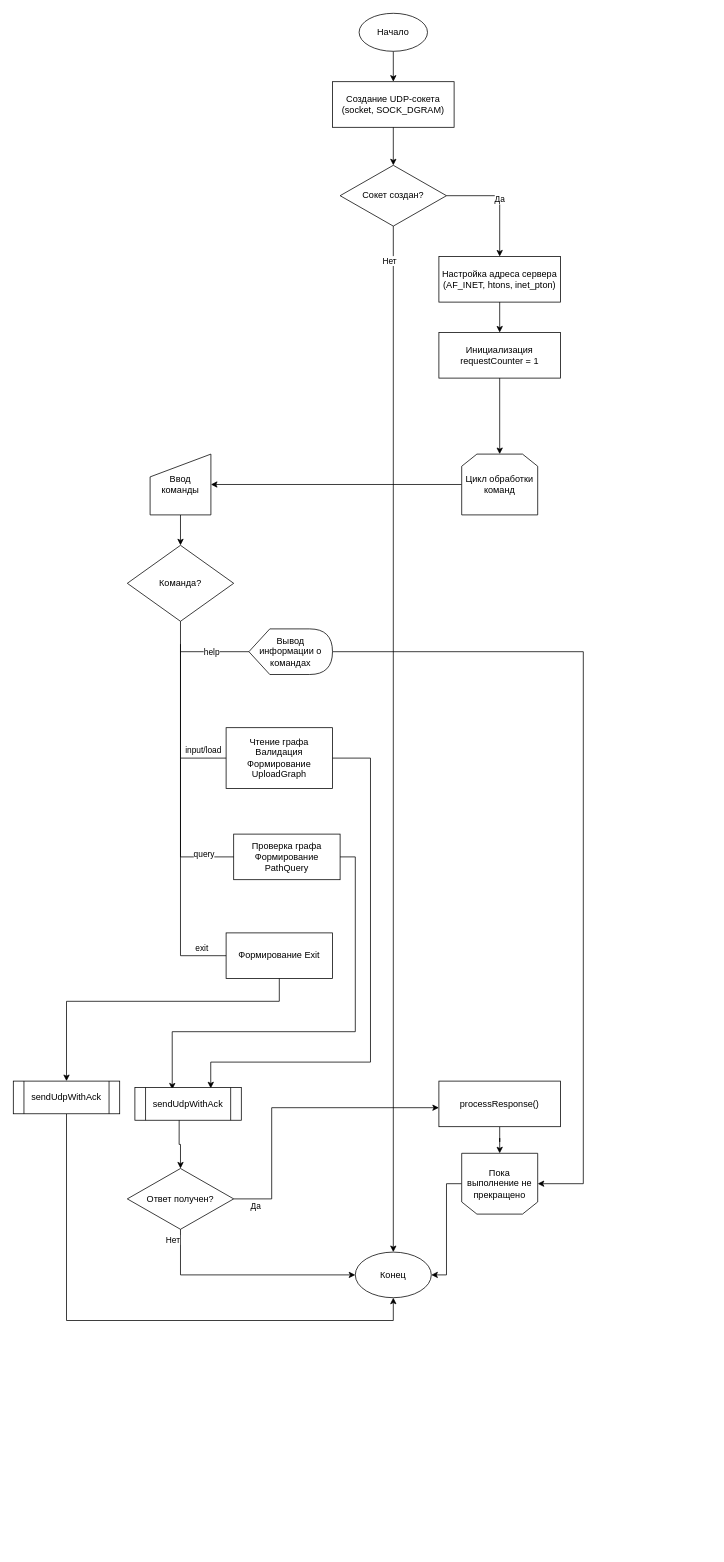
Above: page "UDP Клиент" (1 of 3) of udp_algorithm_diagram.drawio in OlegMityaev/client-sever (draw.io), before the change. Source tidied: cells renumbered, new cells numbered last; positions are measured from the earlier drawing's top-left corner, leaving out a move shared by most shapes. Both pictures are drawn from the tidied source at 76%, with x=0, y=0 at pixel (13, 13).
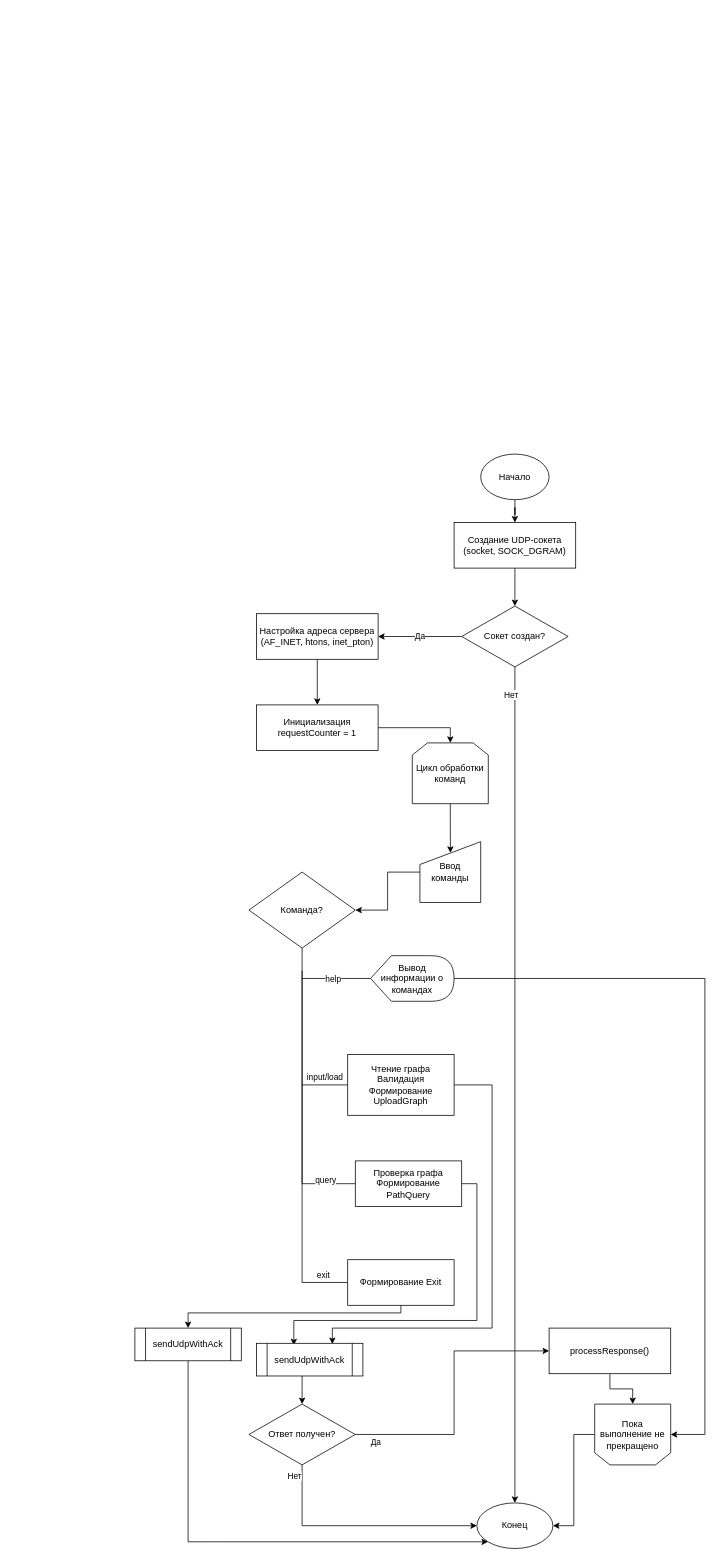
The same page after the edit.

The edit, as a diff of the source:
```diff
@@
     <mxCell id="2" value="Создание UDP-сокета&#10;(socket, SOCK_DGRAM)" style="rounded=0;whiteSpace=wrap;html=1;" parent="1" vertex="1">
-      <mxGeometry x="420" y="90" width="160" height="60" as="geometry" />
+      <mxGeometry x="580" y="670" width="160" height="60" as="geometry" />
     </mxCell>
     <mxCell id="3" value="Сокет создан?" style="rhombus;whiteSpace=wrap;html=1;" parent="1" vertex="1">
-      <mxGeometry x="430" y="200" width="140" height="80" as="geometry" />
+      <mxGeometry x="590" y="780" width="140" height="80" as="geometry" />
     </mxCell>
     <mxCell id="4" value="Настройка адреса сервера&#10;(AF_INET, htons, inet_pton)" style="rounded=0;whiteSpace=wrap;html=1;" parent="1" vertex="1">
-      <mxGeometry x="560" y="320" width="160" height="60" as="geometry" />
+      <mxGeometry x="320" y="790" width="160" height="60" as="geometry" />
     </mxCell>
     <mxCell id="5" value="Инициализация requestCounter = 1" style="rounded=0;whiteSpace=wrap;html=1;" parent="1" vertex="1">
-      <mxGeometry x="560" y="420" width="160" height="60" as="geometry" />
+      <mxGeometry x="320" y="910" width="160" height="60" as="geometry" />
     </mxCell>
     <mxCell id="6" value="Команда?" style="rhombus;whiteSpace=wrap;html=1;" parent="1" vertex="1">
-      <mxGeometry x="150" y="700" width="140" height="100" as="geometry" />
+      <mxGeometry x="310" y="1130" width="140" height="100" as="geometry" />
     </mxCell>
     <mxCell id="7" value="Чтение графа&#10;Валидация&#10;Формирование UploadGraph" style="rounded=0;whiteSpace=wrap;html=1;" parent="1" vertex="1">
-      <mxGeometry x="280" y="940" width="140" height="80" as="geometry" />
+      <mxGeometry x="440" y="1370" width="140" height="80" as="geometry" />
     </mxCell>
     <mxCell id="8" value="Проверка графа&#10;Формирование PathQuery" style="rounded=0;whiteSpace=wrap;html=1;" parent="1" vertex="1">
-      <mxGeometry x="290" y="1080" width="140" height="60" as="geometry" />
+      <mxGeometry x="450" y="1510" width="140" height="60" as="geometry" />
     </mxCell>
     <mxCell id="9" value="Формирование Exit" style="rounded=0;whiteSpace=wrap;html=1;" parent="1" vertex="1">
-      <mxGeometry x="280" y="1210" width="140" height="60" as="geometry" />
+      <mxGeometry x="440" y="1640" width="140" height="60" as="geometry" />
     </mxCell>
     <mxCell id="10" value="Ответ получен?" style="rhombus;whiteSpace=wrap;html=1;" parent="1" vertex="1">
-      <mxGeometry x="150" y="1520" width="140" height="80" as="geometry" />
+      <mxGeometry x="310" y="1830" width="140" height="80" as="geometry" />
     </mxCell>
@@
     <mxCell id="12" value="processResponse()" style="rounded=0;whiteSpace=wrap;html=1;" parent="1" vertex="1">
-      <mxGeometry x="560" y="1405" width="160" height="60" as="geometry" />
+      <mxGeometry x="705" y="1730" width="160" height="60" as="geometry" />
     </mxCell>
@@
-    <mxCell id="15" value="Да" style="edgeStyle=orthogonalEdgeStyle;rounded=0;jettySize=auto;html=1;" parent="1" edge="1" source="3" target="4">
+    <mxCell id="15" value="Да" style="edgeStyle=orthogonalEdgeStyle;rounded=0;jettySize=auto;html=1;exitX=0;exitY=0.5;exitDx=0;exitDy=0;entryX=1;entryY=0.5;entryDx=0;entryDy=0;" parent="1" edge="1" source="3" target="4">
       <mxGeometry relative="1" as="geometry">
         <Array as="points">
-          <mxPoint x="640" y="240" />
+          <mxPoint x="540" y="820" />
+          <mxPoint x="540" y="820" />
         </Array>
       </mxGeometry>
     </mxCell>
@@
-    <mxCell id="19" style="edgeStyle=orthogonalEdgeStyle;rounded=0;jettySize=auto;html=1;exitX=0;exitY=0.5;exitDx=0;exitDy=0;entryX=1;entryY=0.5;entryDx=0;entryDy=0;" parent="1" edge="1" source="36" target="38">
+    <mxCell id="19" style="edgeStyle=orthogonalEdgeStyle;rounded=0;jettySize=auto;html=1;exitX=0.5;exitY=1;exitDx=0;exitDy=0;entryX=0.502;entryY=0.183;entryDx=0;entryDy=0;entryPerimeter=0;" parent="1" edge="1" source="36" target="38">
       <mxGeometry relative="1" as="geometry" />
     </mxCell>
     <mxCell id="20" value="input/load" style="rounded=0;jettySize=auto;html=1;edgeStyle=orthogonalEdgeStyle;endArrow=none;endFill=0;exitX=0.5;exitY=1;exitDx=0;exitDy=0;entryX=0;entryY=0.5;entryDx=0;entryDy=0;" parent="1" edge="1" target="7">
       <mxGeometry x="0.71" y="10" relative="1" as="geometry">
-        <mxPoint x="220" y="830" as="sourcePoint" />
+        <mxPoint x="380" y="1260" as="sourcePoint" />
         <Array as="points">
-          <mxPoint x="220" y="980" />
+          <mxPoint x="380" y="1410" />
         </Array>
       </mxGeometry>
     </mxCell>
     <mxCell id="21" value="exit" style="edgeStyle=orthogonalEdgeStyle;rounded=0;jettySize=auto;html=1;endArrow=none;endFill=0;" parent="1" edge="1" source="6" target="9">
       <mxGeometry x="0.87" y="10" relative="1" as="geometry">
         <Array as="points">
-          <mxPoint x="220" y="1240" />
+          <mxPoint x="380" y="1670" />
         </Array>
       </mxGeometry>
     </mxCell>
     <mxCell id="22" style="edgeStyle=orthogonalEdgeStyle;rounded=0;jettySize=auto;html=1;exitX=1;exitY=0.5;exitDx=0;exitDy=0;exitPerimeter=0;entryX=0;entryY=0.5;entryDx=0;entryDy=0;" parent="1" edge="1" source="35" target="42">
       <mxGeometry relative="1" as="geometry">
         <Array as="points">
-          <mxPoint x="750" y="840" />
-          <mxPoint x="750" y="1540" />
+          <mxPoint x="910" y="1270" />
+          <mxPoint x="910" y="1870" />
         </Array>
       </mxGeometry>
     </mxCell>
     <mxCell id="23" style="edgeStyle=orthogonalEdgeStyle;rounded=0;jettySize=auto;html=1;exitX=1;exitY=0.5;exitDx=0;exitDy=0;entryX=0.713;entryY=0.023;entryDx=0;entryDy=0;entryPerimeter=0;" parent="1" edge="1" source="7" target="43">
       <mxGeometry relative="1" as="geometry">
         <Array as="points">
-          <mxPoint x="470" y="980" />
-          <mxPoint x="470" y="1380" />
-          <mxPoint x="260" y="1380" />
+          <mxPoint x="630" y="1410" />
+          <mxPoint x="630" y="1730" />
+          <mxPoint x="420" y="1730" />
         </Array>
       </mxGeometry>
     </mxCell>
     <mxCell id="24" style="edgeStyle=orthogonalEdgeStyle;rounded=0;jettySize=auto;html=1;entryX=0.351;entryY=0.059;entryDx=0;entryDy=0;entryPerimeter=0;" parent="1" edge="1" source="8" target="43">
       <mxGeometry relative="1" as="geometry">
         <Array as="points">
-          <mxPoint x="450" y="1110" />
-          <mxPoint x="450" y="1340" />
-          <mxPoint x="209" y="1340" />
+          <mxPoint x="610" y="1540" />
+          <mxPoint x="610" y="1720" />
+          <mxPoint x="369" y="1720" />
         </Array>
       </mxGeometry>
     </mxCell>
     <mxCell id="25" style="edgeStyle=orthogonalEdgeStyle;rounded=0;jettySize=auto;html=1;entryX=0.5;entryY=0;entryDx=0;entryDy=0;" parent="1" edge="1" source="9" target="44">
       <mxGeometry relative="1" as="geometry">
         <Array as="points">
-          <mxPoint x="350" y="1300" />
-          <mxPoint x="70" y="1300" />
+          <mxPoint x="510" y="1710" />
+          <mxPoint x="230" y="1710" />
         </Array>
       </mxGeometry>
     </mxCell>
     <mxCell id="26" style="edgeStyle=orthogonalEdgeStyle;rounded=0;jettySize=auto;html=1;exitX=0.416;exitY=0.978;exitDx=0;exitDy=0;exitPerimeter=0;" parent="1" edge="1" source="43" target="10">
-      <mxGeometry relative="1" as="geometry" />
+      <mxGeometry relative="1" as="geometry">
+        <Array as="points">
+          <mxPoint x="380" y="1792" />
+        </Array>
+      </mxGeometry>
     </mxCell>
     <mxCell id="27" value="Да" style="edgeStyle=orthogonalEdgeStyle;rounded=0;jettySize=auto;html=1;exitX=1;exitY=0.5;exitDx=0;exitDy=0;" parent="1" edge="1" source="10" target="12">
       <mxGeometry x="-0.85" y="-10" relative="1" as="geometry">
         <Array as="points">
-          <mxPoint x="340" y="1560" />
-          <mxPoint x="340" y="1440" />
+          <mxPoint x="580" y="1870" />
+          <mxPoint x="580" y="1760" />
         </Array>
       </mxGeometry>
     </mxCell>
     <mxCell id="28" value="Нет" style="edgeStyle=orthogonalEdgeStyle;rounded=0;jettySize=auto;html=1;entryX=0;entryY=0.5;entryDx=0;entryDy=0;" parent="1" edge="1" source="10" target="40">
       <mxGeometry x="-0.9" y="-10" relative="1" as="geometry">
         <Array as="points">
-          <mxPoint x="220" y="1660" />
+          <mxPoint x="380" y="1990" />
         </Array>
       </mxGeometry>
     </mxCell>
     <mxCell id="29" style="endArrow=none;html=1;rounded=0;exitX=0;exitY=0.5;exitDx=0;exitDy=0;exitPerimeter=0;" parent="1" edge="1" source="35">
       <mxGeometry relative="1" as="geometry">
-        <mxPoint x="220" y="840" as="targetPoint" />
+        <mxPoint x="380" y="1270" as="targetPoint" />
       </mxGeometry>
     </mxCell>
@@
     <mxCell id="31" style="endArrow=none;html=1;rounded=0;" parent="1" edge="1">
       <mxGeometry relative="1" as="geometry">
-        <mxPoint x="220" y="980" as="sourcePoint" />
-        <mxPoint x="220" y="1110" as="targetPoint" />
+        <mxPoint x="380" y="1410" as="sourcePoint" />
+        <mxPoint x="380" y="1540" as="targetPoint" />
       </mxGeometry>
     </mxCell>
     <mxCell id="32" style="endArrow=none;html=1;rounded=0;entryX=0;entryY=0.5;entryDx=0;entryDy=0;" parent="1" edge="1" target="8">
       <mxGeometry relative="1" as="geometry">
-        <mxPoint x="220" y="1110" as="sourcePoint" />
+        <mxPoint x="380" y="1540" as="sourcePoint" />
       </mxGeometry>
     </mxCell>
@@
-    <mxCell id="34" style="edgeStyle=orthogonalEdgeStyle;rounded=0;jettySize=auto;html=1;entryX=0.5;entryY=1;entryDx=0;entryDy=0;exitX=0.5;exitY=1;exitDx=0;exitDy=0;" parent="1" edge="1" source="44" target="40">
+    <mxCell id="34" style="edgeStyle=orthogonalEdgeStyle;rounded=0;jettySize=auto;html=1;entryX=0;entryY=1;entryDx=0;entryDy=0;exitX=0.5;exitY=1;exitDx=0;exitDy=0;" parent="1" edge="1" source="44" target="40">
       <mxGeometry relative="1" as="geometry">
         <Array as="points">
-          <mxPoint x="70" y="1720" />
-          <mxPoint x="500" y="1720" />
+          <mxPoint x="230" y="2011" />
         </Array>
       </mxGeometry>
     </mxCell>
     <mxCell id="35" value="Вывод информации о командах" style="shape=display;whiteSpace=wrap;html=1;" parent="1" vertex="1">
-      <mxGeometry x="310" y="810" width="110" height="60" as="geometry" />
+      <mxGeometry x="470" y="1240" width="110" height="60" as="geometry" />
     </mxCell>
     <mxCell id="36" value="Цикл обработки&lt;div&gt;команд&lt;/div&gt;" style="shape=loopLimit;whiteSpace=wrap;html=1;" parent="1" vertex="1">
-      <mxGeometry x="590" y="580" width="100" height="80" as="geometry" />
+      <mxGeometry x="525" y="960" width="100" height="80" as="geometry" />
     </mxCell>
@@
     <mxCell id="38" value="Ввод&lt;div&gt;команды&lt;/div&gt;" style="shape=manualInput;whiteSpace=wrap;html=1;" parent="1" vertex="1">
-      <mxGeometry x="180" y="580" width="80" height="80" as="geometry" />
+      <mxGeometry x="535" y="1090" width="80" height="80" as="geometry" />
     </mxCell>
     <mxCell id="39" value="Начало" style="ellipse;whiteSpace=wrap;html=1;" parent="1" vertex="1">
-      <mxGeometry x="455" width="90" height="50" as="geometry" />
+      <mxGeometry x="615" y="580" width="90" height="60" as="geometry" />
     </mxCell>
     <mxCell id="40" value="Конец" style="ellipse;whiteSpace=wrap;html=1;" parent="1" vertex="1">
-      <mxGeometry x="450" y="1630" width="100" height="60" as="geometry" />
+      <mxGeometry x="610" y="1960" width="100" height="60" as="geometry" />
     </mxCell>
@@
     <mxCell id="42" value="Пока выполнение не прекращено" style="shape=loopLimit;whiteSpace=wrap;html=1;direction=west;" parent="1" vertex="1">
-      <mxGeometry x="590" y="1500" width="100" height="80" as="geometry" />
+      <mxGeometry x="765" y="1830" width="100" height="80" as="geometry" />
     </mxCell>
     <mxCell id="43" value="sendUdpWithAck" style="shape=process;whiteSpace=wrap;html=1;backgroundOutline=1;" parent="1" vertex="1">
-      <mxGeometry x="160" y="1413.5" width="140" height="43" as="geometry" />
+      <mxGeometry x="320" y="1750" width="140" height="43" as="geometry" />
     </mxCell>
     <mxCell id="44" value="sendUdpWithAck" style="shape=process;whiteSpace=wrap;html=1;backgroundOutline=1;" parent="1" vertex="1">
-      <mxGeometry y="1405" width="140" height="43" as="geometry" />
+      <mxGeometry x="160" y="1730" width="140" height="43" as="geometry" />
     </mxCell>
```
